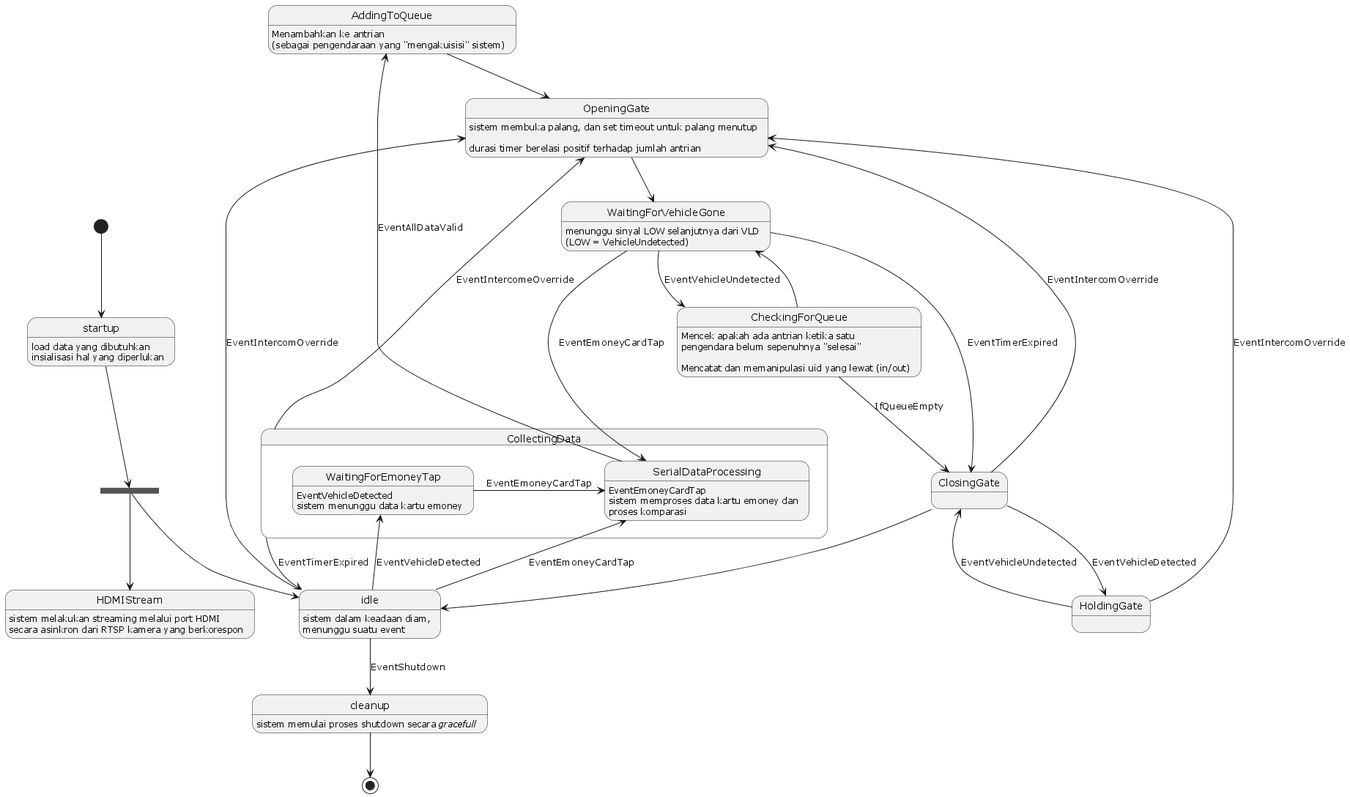
Berigoo/onegate-parking keeps this PlantUML diagram as assets/app_state.png. Above is the earlier version.
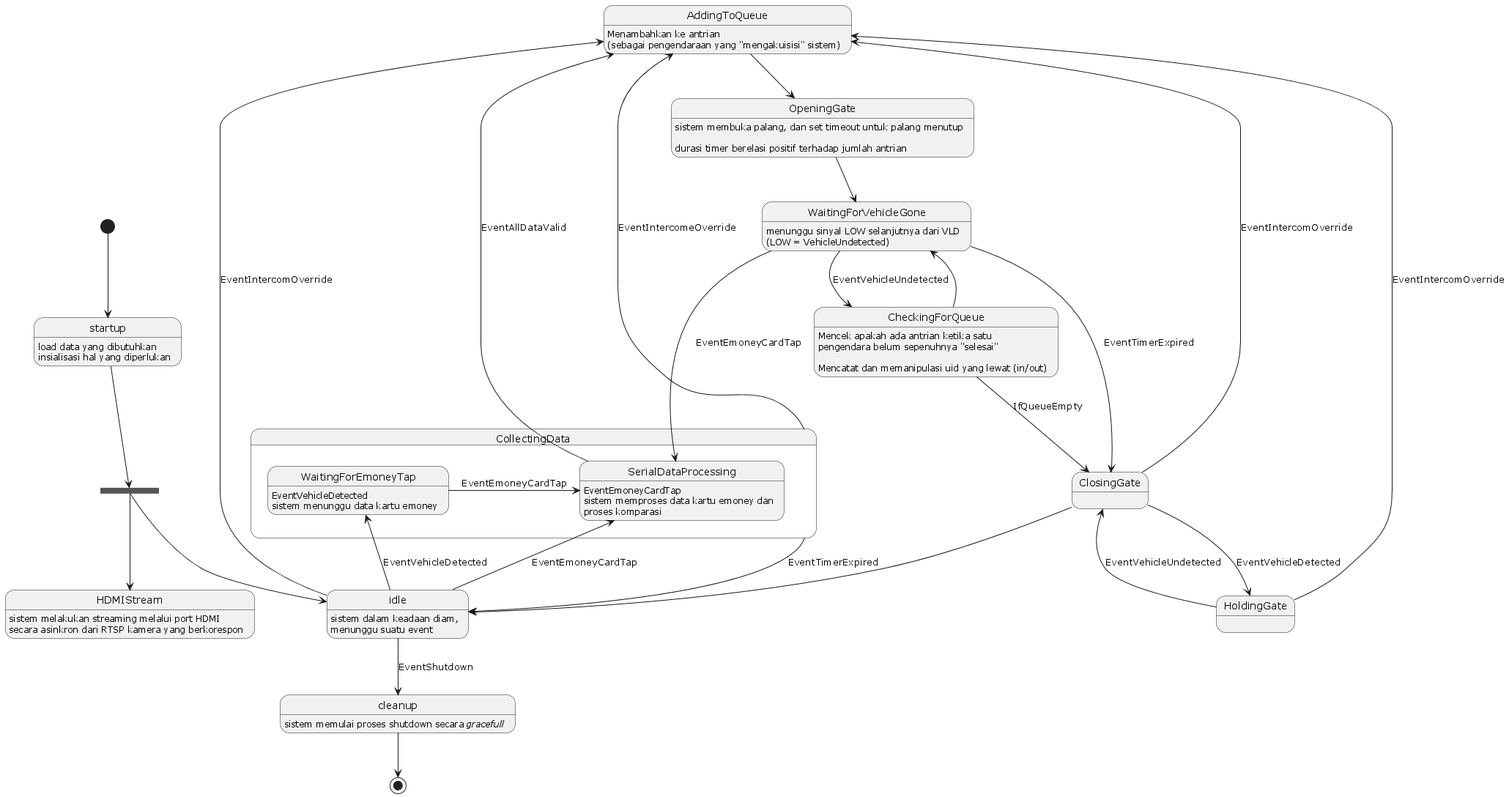
The same diagram one commit later.

Diff of the diagram source:
```diff
@@ -16,7 +16,7 @@
 AddingToQueue --> OpeningGate
 
 CollectingData --> idle : EventTimerExpired
-CollectingData --> OpeningGate : EventIntercomeOverride
+CollectingData --> AddingToQueue : EventIntercomeOverride
 
 OpeningGate --> WaitingForVehicleGone
 
@@ -25,7 +25,7 @@
 ClosingGate --> HoldingGate : EventVehicleDetected
 
 HoldingGate --> ClosingGate : EventVehicleUndetected
-HoldingGate --> OpeningGate : EventIntercomOverride
+HoldingGate --> AddingToQueue : EventIntercomOverride
 
 WaitingForVehicleGone --> CheckingForQueue : EventVehicleUndetected
 WaitingForVehicleGone --> ClosingGate : EventTimerExpired
@@ -33,9 +33,9 @@
 CheckingForQueue --> WaitingForVehicleGone
 
 ClosingGate --> idle
-ClosingGate --> OpeningGate : EventIntercomOverride
+ClosingGate --> AddingToQueue : EventIntercomOverride
 
-idle --> OpeningGate : EventIntercomOverride
+idle --> AddingToQueue : EventIntercomOverride
 idle --> cleanup : EventShutdown
 cleanup --> [*]
 
```
